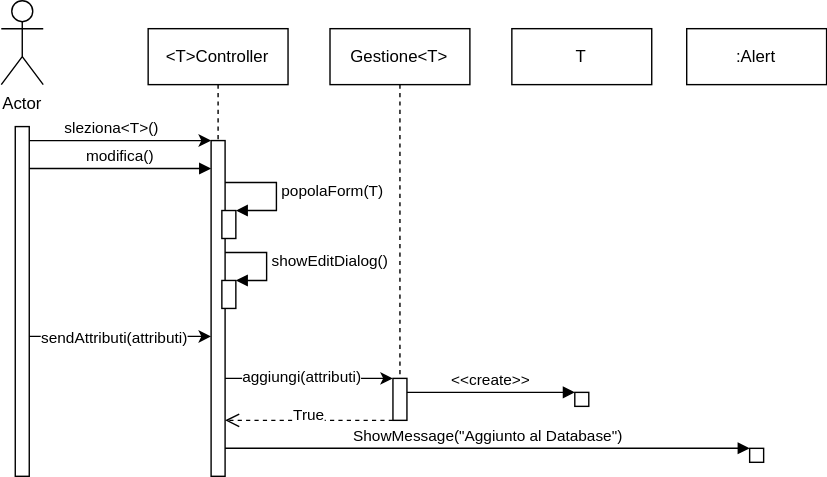
This is Design/DiagrammaSequenzaModificaT.svg from doppiaaa/Progetto-Biblioteca-Ingegneria-del-Software, a draw.io export, as it was before one commit. Source tidied: cells renumbered, new cells last; positions are measured from the earlier drawing's top-left corner, leaving out a move shared by most shapes.
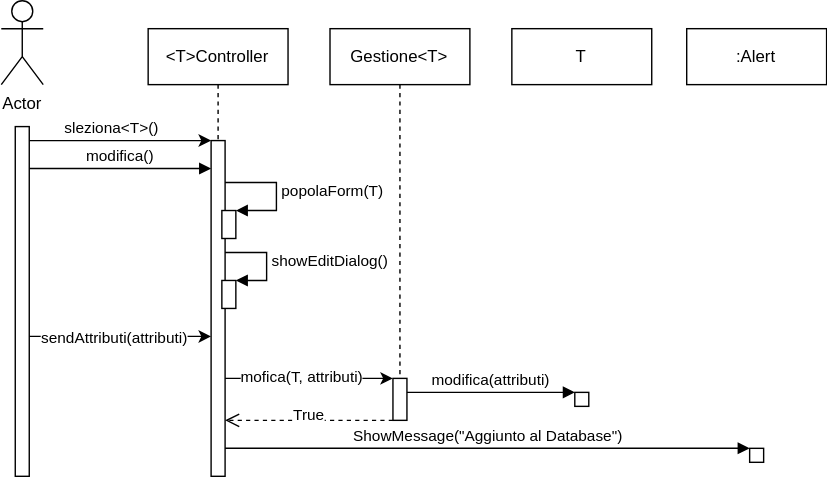
Later version of the same file.

Change to the diagram source:
```diff
@@ -42,7 +42,7 @@
         <mxPoint x="280.3" y="270" as="targetPoint" />
       </mxGeometry>
     </mxCell>
-    <mxCell id="11" value="aggiungi(attributi)" style="edgeLabel;html=1;align=center;verticalAlign=middle;" parent="10" vertex="1">
+    <mxCell id="11" value="mofica(T, attributi)" style="edgeLabel;html=1;align=center;verticalAlign=middle;" parent="10" vertex="1">
       <mxGeometry x="-0.22" y="2" relative="1" as="geometry">
         <mxPoint x="7" as="offset" />
       </mxGeometry>
@@ -56,7 +56,7 @@
     <mxCell id="13" style="html=1;perimeter=orthogonalPerimeter;targetShapes=umlLifeline;newEdgeStyle={&quot;curved&quot;:0,&quot;rounded&quot;:0};" parent="1" vertex="1">
       <mxGeometry x="410.3" y="280" width="10" height="10" as="geometry" />
     </mxCell>
-    <mxCell id="14" value="&amp;lt;&amp;lt;create&amp;gt;&amp;gt;" style="html=1;verticalAlign=bottom;endArrow=block;curved=0;rounded=0;" parent="1" edge="1" source="9">
+    <mxCell id="14" value="modifica(attributi)" style="html=1;verticalAlign=bottom;endArrow=block;curved=0;rounded=0;" parent="1" edge="1" source="9">
       <mxGeometry relative="1" as="geometry">
         <mxPoint x="410.3" y="280" as="targetPoint" />
       </mxGeometry>
```
